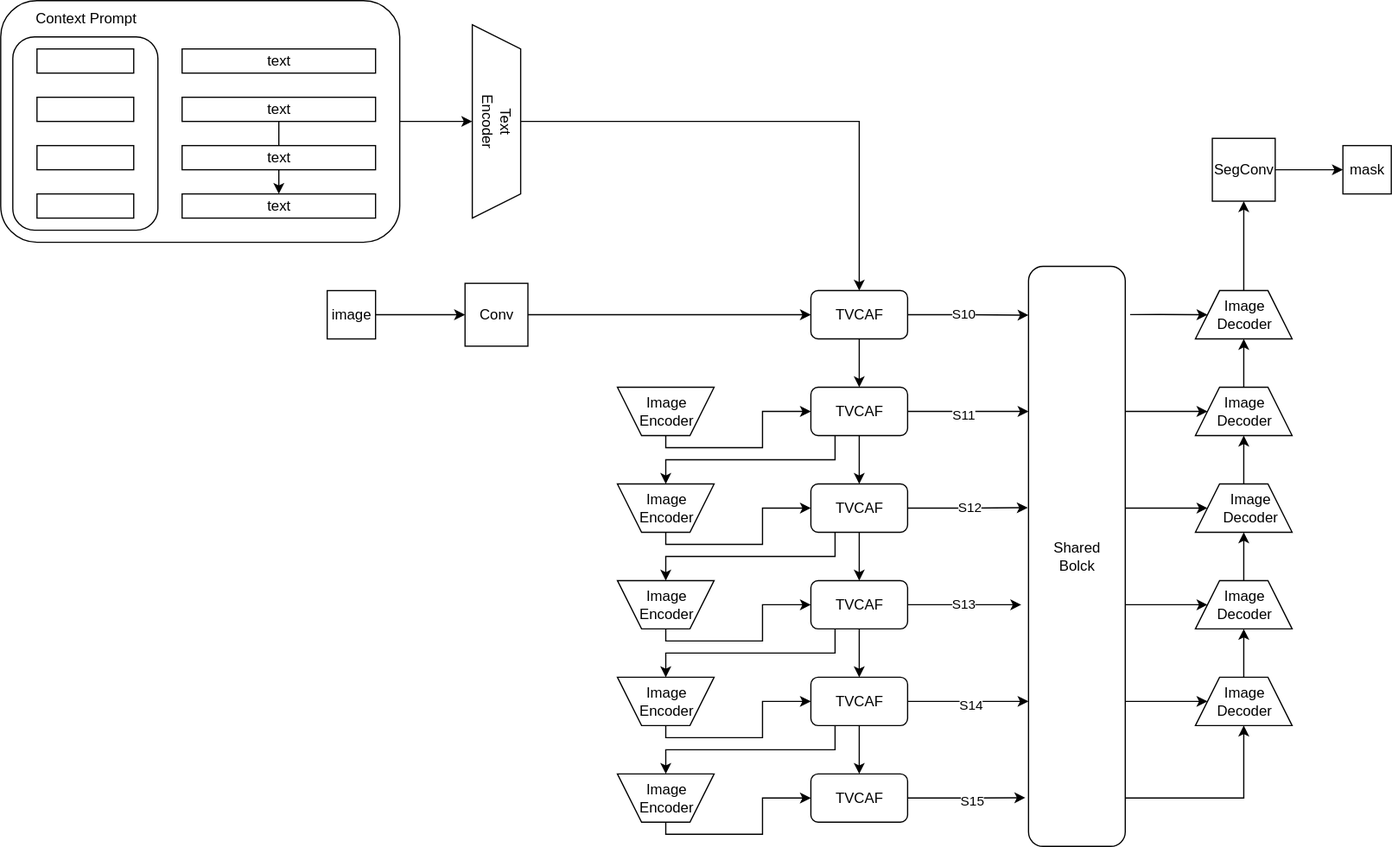
hchench/NetStructure keeps this draw.io diagram as MoME_revise/Gating.drawio.svg. Above is the earlier version. Source tidied: cells renumbered, new cells last; positions are measured from the earlier drawing's top-left corner, leaving out a move shared by most shapes.
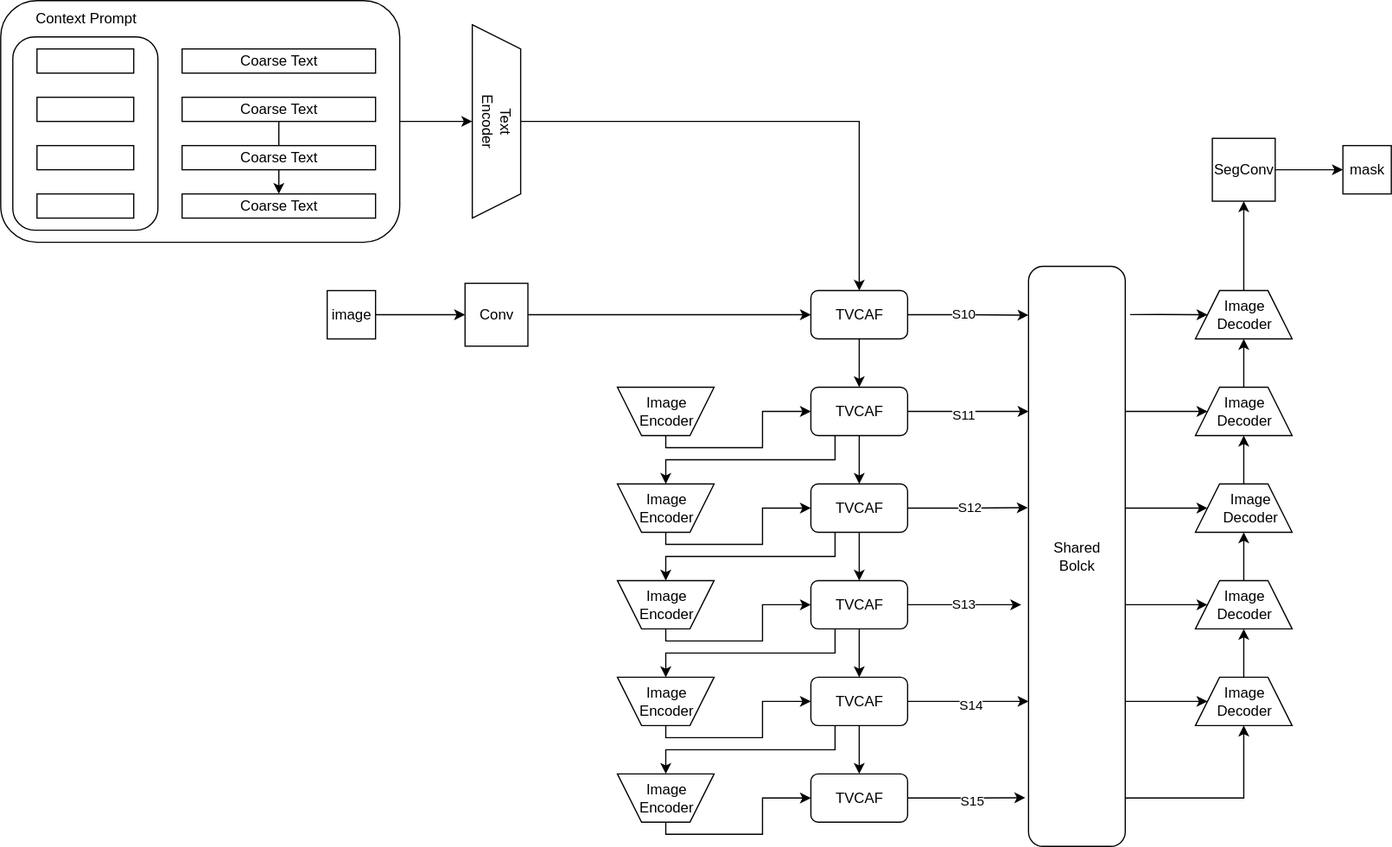
The same diagram one commit later.

The edit, as a diff of the source:
```diff
@@ -38,19 +38,19 @@
     <mxCell id="11" value="&lt;div style=&quot;&quot;&gt;&lt;span style=&quot;background-color: transparent; color: light-dark(rgb(0, 0, 0), rgb(255, 255, 255));&quot;&gt;Text&lt;/span&gt;&lt;/div&gt;&lt;div style=&quot;&quot;&gt;Encoder&lt;/div&gt;" style="shape=trapezoid;perimeter=trapezoidPerimeter;whiteSpace=wrap;html=1;fixedSize=1;rotation=90;align=center;" parent="1" vertex="1">
       <mxGeometry x="330" y="80" width="160" height="40" as="geometry" />
     </mxCell>
-    <mxCell id="12" value="text" style="rounded=0;whiteSpace=wrap;html=1;" parent="1" vertex="1">
+    <mxCell id="12" value="Coarse Text" style="rounded=0;whiteSpace=wrap;html=1;" parent="1" vertex="1">
       <mxGeometry x="150" y="40" width="160" height="20" as="geometry" />
     </mxCell>
     <mxCell id="13" style="edgeStyle=orthogonalEdgeStyle;rounded=0;jettySize=auto;html=1;" parent="1" edge="1" source="14" target="16">
       <mxGeometry relative="1" as="geometry" />
     </mxCell>
-    <mxCell id="14" value="text" style="rounded=0;whiteSpace=wrap;html=1;" parent="1" vertex="1">
+    <mxCell id="14" value="Coarse Text" style="rounded=0;whiteSpace=wrap;html=1;" parent="1" vertex="1">
       <mxGeometry x="150" y="80" width="160" height="20" as="geometry" />
     </mxCell>
-    <mxCell id="15" value="text" style="rounded=0;whiteSpace=wrap;html=1;" parent="1" vertex="1">
+    <mxCell id="15" value="Coarse Text" style="rounded=0;whiteSpace=wrap;html=1;" parent="1" vertex="1">
       <mxGeometry x="150" y="120" width="160" height="20" as="geometry" />
     </mxCell>
-    <mxCell id="16" value="text" style="rounded=0;whiteSpace=wrap;html=1;" parent="1" vertex="1">
+    <mxCell id="16" value="Coarse Text" style="rounded=0;whiteSpace=wrap;html=1;" parent="1" vertex="1">
       <mxGeometry x="150" y="160" width="160" height="20" as="geometry" />
     </mxCell>
     <mxCell id="17" style="rounded=0;whiteSpace=wrap;html=1;" parent="1" vertex="1">
```
